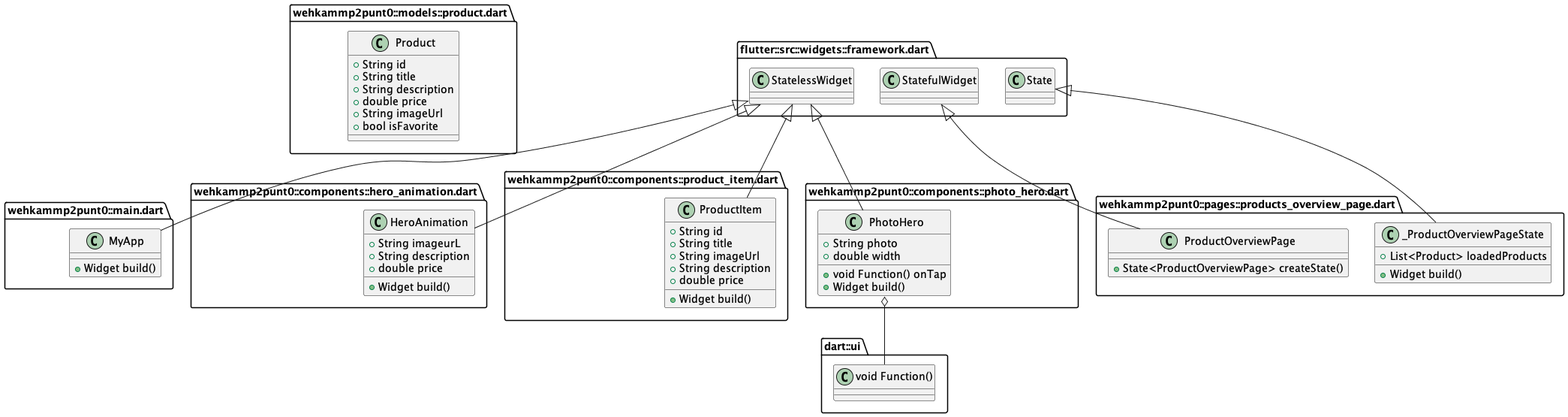
The PlantUML diagram out/wehkammp2punt0/wehkammp2punt0.png in sanderDijkxhoorn/wehkammp2punt0, before a commit. Source of this version:
```plantuml
@startuml wehkammp2punt0
set namespaceSeparator ::

class "wehkammp2punt0::models::product.dart::Product" {
  +String id
  +String title
  +String description
  +double price
  +String imageUrl
  +bool isFavorite
}

class "wehkammp2punt0::main.dart::MyApp" {
  +Widget build()
}

"flutter::src::widgets::framework.dart::StatelessWidget" <|-- "wehkammp2punt0::main.dart::MyApp"

class "wehkammp2punt0::components::hero_animation.dart::HeroAnimation" {
  +String imageurL
  +String description
  +double price
  +Widget build()
}

"flutter::src::widgets::framework.dart::StatelessWidget" <|-- "wehkammp2punt0::components::hero_animation.dart::HeroAnimation"

class "wehkammp2punt0::components::product_item.dart::ProductItem" {
  +String id
  +String title
  +String imageUrl
  +String description
  +double price
  +Widget build()
}

"flutter::src::widgets::framework.dart::StatelessWidget" <|-- "wehkammp2punt0::components::product_item.dart::ProductItem"

class "wehkammp2punt0::components::photo_hero.dart::PhotoHero" {
  +String photo
  +void Function() onTap
  +double width
  +Widget build()
}

"wehkammp2punt0::components::photo_hero.dart::PhotoHero" o-- "dart::ui::void Function()"
"flutter::src::widgets::framework.dart::StatelessWidget" <|-- "wehkammp2punt0::components::photo_hero.dart::PhotoHero"

class "wehkammp2punt0::pages::products_overview_page.dart::ProductOverviewPage" {
  +State<ProductOverviewPage> createState()
}

"flutter::src::widgets::framework.dart::StatefulWidget" <|-- "wehkammp2punt0::pages::products_overview_page.dart::ProductOverviewPage"

class "wehkammp2punt0::pages::products_overview_page.dart::_ProductOverviewPageState" {
  +List<Product> loadedProducts
  +Widget build()
}

"flutter::src::widgets::framework.dart::State" <|-- "wehkammp2punt0::pages::products_overview_page.dart::_ProductOverviewPageState"


@enduml
```
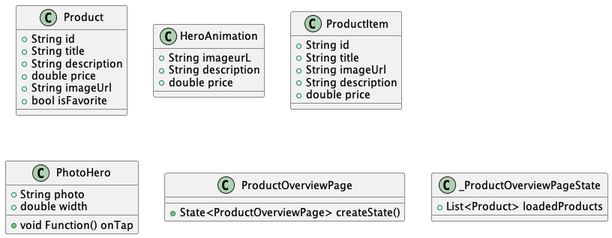
After the change.

Commit message:
Nieuwe UML

Diff of the diagram source:
```diff
@@ -1,7 +1,6 @@
 @startuml wehkammp2punt0
-set namespaceSeparator ::
 
-class "wehkammp2punt0::models::product.dart::Product" {
+class "Product" {
   +String id
   +String title
   +String description
@@ -10,54 +9,32 @@
   +bool isFavorite
 }
 
-class "wehkammp2punt0::main.dart::MyApp" {
-  +Widget build()
-}
-
-"flutter::src::widgets::framework.dart::StatelessWidget" <|-- "wehkammp2punt0::main.dart::MyApp"
-
-class "wehkammp2punt0::components::hero_animation.dart::HeroAnimation" {
+class "HeroAnimation" {
   +String imageurL
   +String description
   +double price
-  +Widget build()
 }
 
-"flutter::src::widgets::framework.dart::StatelessWidget" <|-- "wehkammp2punt0::components::hero_animation.dart::HeroAnimation"
-
-class "wehkammp2punt0::components::product_item.dart::ProductItem" {
+class "ProductItem" {
   +String id
   +String title
   +String imageUrl
   +String description
   +double price
-  +Widget build()
 }
 
-"flutter::src::widgets::framework.dart::StatelessWidget" <|-- "wehkammp2punt0::components::product_item.dart::ProductItem"
-
-class "wehkammp2punt0::components::photo_hero.dart::PhotoHero" {
+class "PhotoHero" {
   +String photo
   +void Function() onTap
   +double width
-  +Widget build()
 }
 
-"wehkammp2punt0::components::photo_hero.dart::PhotoHero" o-- "dart::ui::void Function()"
-"flutter::src::widgets::framework.dart::StatelessWidget" <|-- "wehkammp2punt0::components::photo_hero.dart::PhotoHero"
-
-class "wehkammp2punt0::pages::products_overview_page.dart::ProductOverviewPage" {
+class "ProductOverviewPage" {
   +State<ProductOverviewPage> createState()
 }
 
-"flutter::src::widgets::framework.dart::StatefulWidget" <|-- "wehkammp2punt0::pages::products_overview_page.dart::ProductOverviewPage"
-
-class "wehkammp2punt0::pages::products_overview_page.dart::_ProductOverviewPageState" {
+class "_ProductOverviewPageState" {
   +List<Product> loadedProducts
-  +Widget build()
 }
 
-"flutter::src::widgets::framework.dart::State" <|-- "wehkammp2punt0::pages::products_overview_page.dart::_ProductOverviewPageState"
-
-
 @enduml
```
